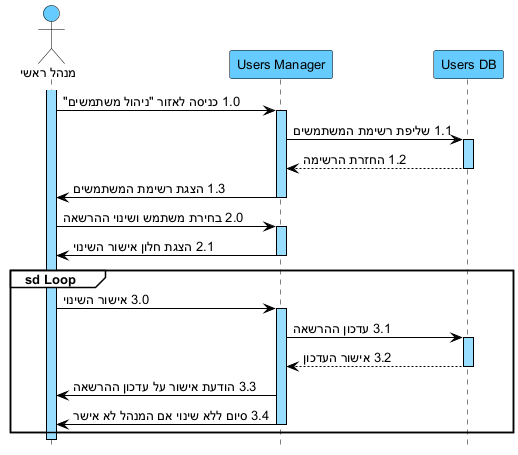
arielkaplan20/GOLDEN_HAIR_SALOAN keeps this PlantUML diagram as docs/diagrams/png/10-seq-suc10-ניהול-משתמשים.png. Above is the earlier version.
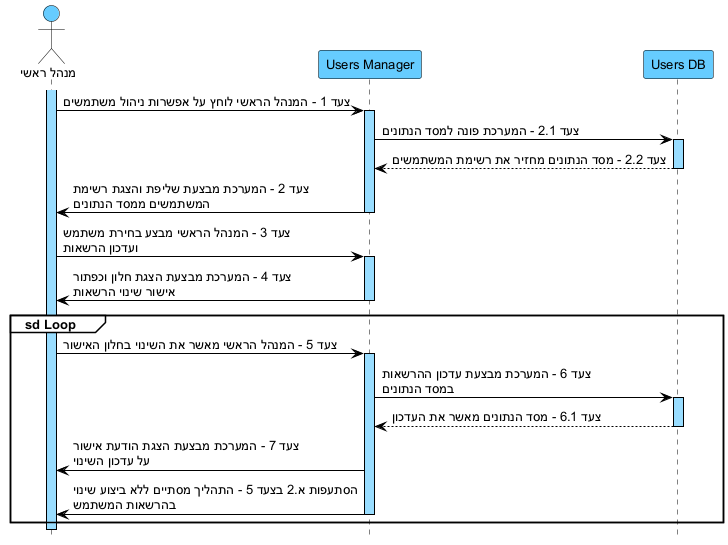
After the commit.

Change to the diagram source:
```diff
@@ -24,29 +24,29 @@
 participant "Users DB" as DB
 
 activate A
-A -> UM : 1.0 כניסה לאזור "ניהול משתמשים"
+A -> UM : צעד 1 - המנהל הראשי לוחץ על אפשרות ניהול משתמשים
 activate UM
-UM -> DB : 1.1 שליפת רשימת המשתמשים
+UM -> DB : צעד 2.1 - המערכת פונה למסד הנתונים
 activate DB
-DB --> UM : 1.2 החזרת הרשימה
+DB --> UM : צעד 2.2 - מסד הנתונים מחזיר את רשימת המשתמשים
 deactivate DB
-UM -> A : 1.3 הצגת רשימת המשתמשים
+UM -> A : צעד 2 - המערכת מבצעת שליפת והצגת רשימת\nהמשתמשים ממסד הנתונים
 deactivate UM
 
-A -> UM : 2.0 בחירת משתמש ושינוי ההרשאה
+A -> UM : צעד 3 - המנהל הראשי מבצע בחירת משתמש\nועדכון הרשאות
 activate UM
-UM -> A : 2.1 הצגת חלון אישור השינוי
+UM -> A : צעד 4 - המערכת מבצעת הצגת חלון וכפתור\nאישור שינוי הרשאות
 deactivate UM
 
 group sd Loop
-A -> UM : 3.0 אישור השינוי
+A -> UM : צעד 5 - המנהל הראשי מאשר את השינוי בחלון האישור
 activate UM
-UM -> DB : 3.1 עדכון ההרשאה
+UM -> DB : צעד 6 - המערכת מבצעת עדכון ההרשאות\nבמסד הנתונים
 activate DB
-DB --> UM : 3.2 אישור העדכון
+DB --> UM : צעד 6.1 - מסד הנתונים מאשר את העדכון
 deactivate DB
-UM -> A : 3.3 הודעת אישור על עדכון ההרשאה
-UM -> A : 3.4 סיום ללא שינוי אם המנהל לא אישר
+UM -> A : צעד 7 - המערכת מבצעת הצגת הודעת אישור\nעל עדכון השינוי
+UM -> A : הסתעפות א.2 בצעד 5 - התהליך מסתיים ללא ביצוע שינוי\nבהרשאות המשתמש
 deactivate UM
 end
 deactivate A
```
